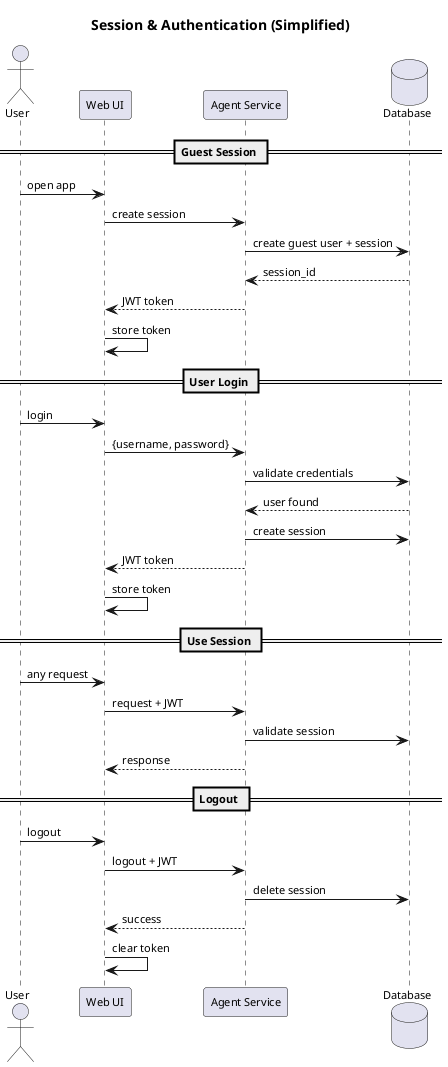
Above: architecture/A4_02_flow_session_auth.png in HenryNVP/strategic_planning_AI (PlantUML), before the change.
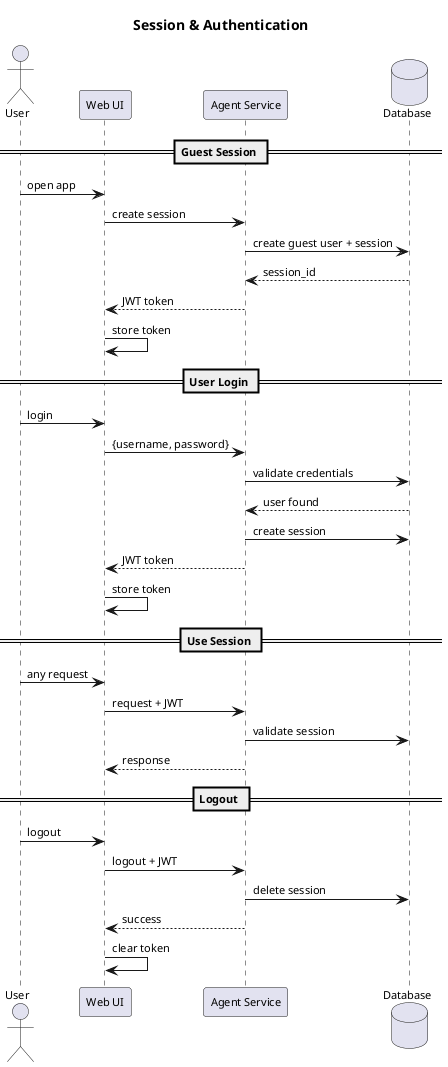
The same file after the commit.

Change to the diagram source:
```diff
@@ -1,5 +1,5 @@
-@startuml A4_02_flow_session_auth_simple
-title Session & Authentication (Simplified)
+@startuml A4_02_flow_session_auth
+title Session & Authentication
 
 skinparam shadowing false
 skinparam defaultFontName Arial
```
